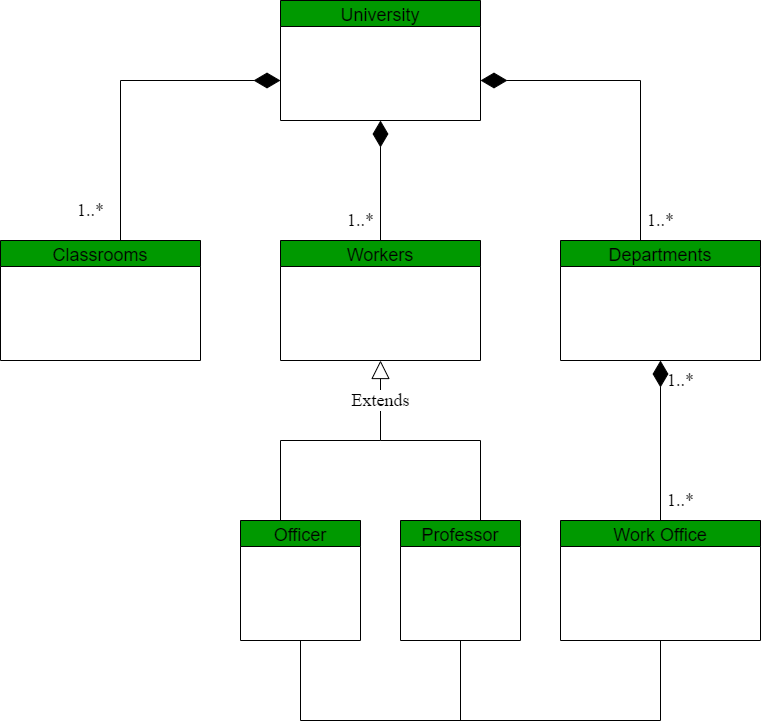
Earlier version of the draw.io export University Management System Diagram.drawio.png (ogunec/Universite-Yonetim-Sistemi). Source tidied: cells renumbered, new cells last; positions are measured from the earlier drawing's top-left corner, leaving out a move shared by most shapes. Source of this version:
```xml
<mxGraphModel>
  <root>
    <mxCell id="0" />
    <mxCell id="1" parent="0" />
    <mxCell id="2" value="University" style="swimlane;fontStyle=0;horizontal=1;startSize=26;fillColor=#009900;labelBackgroundColor=none;fontSize=18;" parent="1" vertex="1">
      <mxGeometry x="280" width="200" height="120" as="geometry" />
    </mxCell>
    <mxCell id="3" value="Workers" style="swimlane;fontStyle=0;horizontal=1;startSize=26;fillColor=#009900;rounded=0;sketch=0;fontSize=18;" parent="1" vertex="1">
      <mxGeometry x="280" y="240" width="200" height="120" as="geometry" />
    </mxCell>
    <mxCell id="4" value="Classrooms" style="swimlane;fontStyle=0;horizontal=1;startSize=26;fillColor=#009900;rounded=0;sketch=0;fontSize=18;" parent="1" vertex="1">
      <mxGeometry y="240" width="200" height="120" as="geometry" />
    </mxCell>
    <mxCell id="5" value="Departments" style="swimlane;fontStyle=0;horizontal=1;startSize=26;fillColor=#009900;rounded=0;sketch=0;fontSize=18;" parent="1" vertex="1">
      <mxGeometry x="560" y="240" width="200" height="120" as="geometry" />
    </mxCell>
    <mxCell id="6" style="endArrow=none;html=1;rounded=1;sketch=0;fontSize=18;curved=0;exitX=0.6;exitY=0;exitDx=0;exitDy=0;exitPerimeter=0;" parent="1" edge="1" source="4">
      <mxGeometry relative="1" as="geometry">
        <mxPoint x="120" y="80" as="targetPoint" />
      </mxGeometry>
    </mxCell>
    <mxCell id="7" value="1..*" style="text;html=1;align=center;verticalAlign=middle;strokeColor=none;fillColor=none;fontSize=18;" parent="1" vertex="1">
      <mxGeometry x="70" y="195" width="40" height="30" as="geometry" />
    </mxCell>
    <mxCell id="8" value="1..*" style="text;html=1;align=center;verticalAlign=middle;strokeColor=none;fillColor=none;fontSize=18;" parent="1" vertex="1">
      <mxGeometry x="340" y="205" width="40" height="30" as="geometry" />
    </mxCell>
    <mxCell id="9" style="endArrow=none;html=1;rounded=1;sketch=0;fontSize=18;curved=0;exitX=0.4;exitY=0;exitDx=0;exitDy=0;exitPerimeter=0;" parent="1" edge="1" source="5">
      <mxGeometry relative="1" as="geometry">
        <mxPoint x="640" y="80" as="targetPoint" />
      </mxGeometry>
    </mxCell>
    <mxCell id="10" value="1..*" style="text;html=1;align=center;verticalAlign=middle;strokeColor=none;fillColor=none;fontSize=18;" parent="1" vertex="1">
      <mxGeometry x="640" y="205" width="40" height="30" as="geometry" />
    </mxCell>
    <mxCell id="11" style="endArrow=diamondThin;endFill=1;endSize=24;html=1;rounded=1;sketch=0;fontSize=18;fillColor=#FFFFFF;curved=0;" parent="1" edge="1">
      <mxGeometry relative="1" as="geometry">
        <mxPoint x="120" y="80" as="sourcePoint" />
        <mxPoint x="280" y="80" as="targetPoint" />
      </mxGeometry>
    </mxCell>
    <mxCell id="12" style="endArrow=diamondThin;endFill=1;endSize=24;html=1;rounded=1;sketch=0;fontSize=18;fillColor=#FFFFFF;curved=0;exitX=0.5;exitY=0;exitDx=0;exitDy=0;" parent="1" edge="1" source="3">
      <mxGeometry relative="1" as="geometry">
        <mxPoint x="380" y="120" as="targetPoint" />
      </mxGeometry>
    </mxCell>
    <mxCell id="13" style="endArrow=diamondThin;endFill=1;endSize=24;html=1;rounded=1;sketch=0;fontSize=18;fillColor=#FFFFFF;curved=0;" parent="1" edge="1">
      <mxGeometry relative="1" as="geometry">
        <mxPoint x="640" y="80" as="sourcePoint" />
        <mxPoint x="480" y="80" as="targetPoint" />
      </mxGeometry>
    </mxCell>
    <mxCell id="14" value="Extends" style="endArrow=block;endSize=16;endFill=0;html=1;rounded=1;sketch=0;fontSize=18;fillColor=#FFFFFF;curved=0;entryX=0.5;entryY=1;entryDx=0;entryDy=0;" parent="1" edge="1" target="3">
      <mxGeometry relative="1" as="geometry">
        <mxPoint x="380" y="440" as="sourcePoint" />
      </mxGeometry>
    </mxCell>
    <mxCell id="15" style="endArrow=none;html=1;rounded=1;sketch=0;fontSize=18;fillColor=#FFFFFF;curved=0;" parent="1" edge="1">
      <mxGeometry relative="1" as="geometry">
        <mxPoint x="380" y="440" as="sourcePoint" />
        <mxPoint x="480" y="440" as="targetPoint" />
      </mxGeometry>
    </mxCell>
    <mxCell id="16" style="endArrow=none;html=1;rounded=1;sketch=0;fontSize=18;fillColor=#FFFFFF;curved=0;" parent="1" edge="1">
      <mxGeometry relative="1" as="geometry">
        <mxPoint x="280" y="440" as="sourcePoint" />
        <mxPoint x="380" y="440" as="targetPoint" />
      </mxGeometry>
    </mxCell>
    <mxCell id="17" style="endArrow=none;html=1;rounded=1;sketch=0;fontSize=18;fillColor=#FFFFFF;curved=0;" parent="1" edge="1">
      <mxGeometry relative="1" as="geometry">
        <mxPoint x="280" y="520" as="sourcePoint" />
        <mxPoint x="280" y="440" as="targetPoint" />
      </mxGeometry>
    </mxCell>
    <mxCell id="18" style="endArrow=none;html=1;rounded=1;sketch=0;fontSize=18;fillColor=#FFFFFF;curved=0;" parent="1" edge="1">
      <mxGeometry relative="1" as="geometry">
        <mxPoint x="480" y="520" as="sourcePoint" />
        <mxPoint x="480" y="440" as="targetPoint" />
      </mxGeometry>
    </mxCell>
    <mxCell id="19" value="Professor" style="swimlane;fontStyle=0;horizontal=1;startSize=26;fillColor=#009900;rounded=0;sketch=0;fontSize=18;" parent="1" vertex="1">
      <mxGeometry x="400" y="520" width="120" height="120" as="geometry" />
    </mxCell>
    <mxCell id="20" value="Officer" style="swimlane;fontStyle=0;horizontal=1;startSize=26;fillColor=#009900;rounded=0;sketch=0;fontSize=18;" parent="1" vertex="1">
      <mxGeometry x="240" y="520" width="120" height="120" as="geometry" />
    </mxCell>
    <mxCell id="21" value="Work Office" style="swimlane;fontStyle=0;horizontal=1;startSize=26;fillColor=#009900;rounded=0;sketch=0;fontSize=18;" parent="1" vertex="1">
      <mxGeometry x="560" y="520" width="200" height="120" as="geometry" />
    </mxCell>
    <mxCell id="22" style="endArrow=diamondThin;endFill=1;endSize=24;html=1;rounded=1;sketch=0;fontSize=18;fillColor=#FFFFFF;curved=0;exitX=0.5;exitY=0;exitDx=0;exitDy=0;entryX=0.5;entryY=1;entryDx=0;entryDy=0;" parent="1" edge="1" source="21" target="5">
      <mxGeometry relative="1" as="geometry" />
    </mxCell>
    <mxCell id="23" style="endArrow=none;html=1;rounded=1;sketch=0;fontSize=18;fillColor=#FFFFFF;curved=0;exitX=0.5;exitY=1;exitDx=0;exitDy=0;" parent="1" edge="1" source="20">
      <mxGeometry relative="1" as="geometry">
        <mxPoint x="300" y="720" as="targetPoint" />
      </mxGeometry>
    </mxCell>
    <mxCell id="24" style="endArrow=none;html=1;rounded=1;sketch=0;fontSize=18;fillColor=#FFFFFF;curved=0;" parent="1" edge="1">
      <mxGeometry relative="1" as="geometry">
        <mxPoint x="300" y="720" as="sourcePoint" />
        <mxPoint x="660" y="720" as="targetPoint" />
      </mxGeometry>
    </mxCell>
    <mxCell id="25" style="endArrow=none;html=1;rounded=1;sketch=0;fontSize=18;fillColor=#FFFFFF;curved=0;exitX=0.5;exitY=1;exitDx=0;exitDy=0;" parent="1" edge="1" source="19">
      <mxGeometry relative="1" as="geometry">
        <mxPoint x="460" y="720" as="targetPoint" />
      </mxGeometry>
    </mxCell>
    <mxCell id="26" style="endArrow=none;html=1;rounded=1;sketch=0;fontSize=18;fillColor=#FFFFFF;curved=0;entryX=0.5;entryY=1;entryDx=0;entryDy=0;" parent="1" edge="1" target="21">
      <mxGeometry relative="1" as="geometry">
        <mxPoint x="660" y="720" as="sourcePoint" />
      </mxGeometry>
    </mxCell>
    <mxCell id="27" value="1..*" style="text;html=1;align=center;verticalAlign=middle;strokeColor=none;fillColor=none;fontSize=18;" parent="1" vertex="1">
      <mxGeometry x="660" y="365" width="40" height="30" as="geometry" />
    </mxCell>
    <mxCell id="28" value="1..*" style="text;html=1;align=center;verticalAlign=middle;strokeColor=none;fillColor=none;fontSize=18;" parent="1" vertex="1">
      <mxGeometry x="660" y="485" width="40" height="30" as="geometry" />
    </mxCell>
  </root>
</mxGraphModel>
```
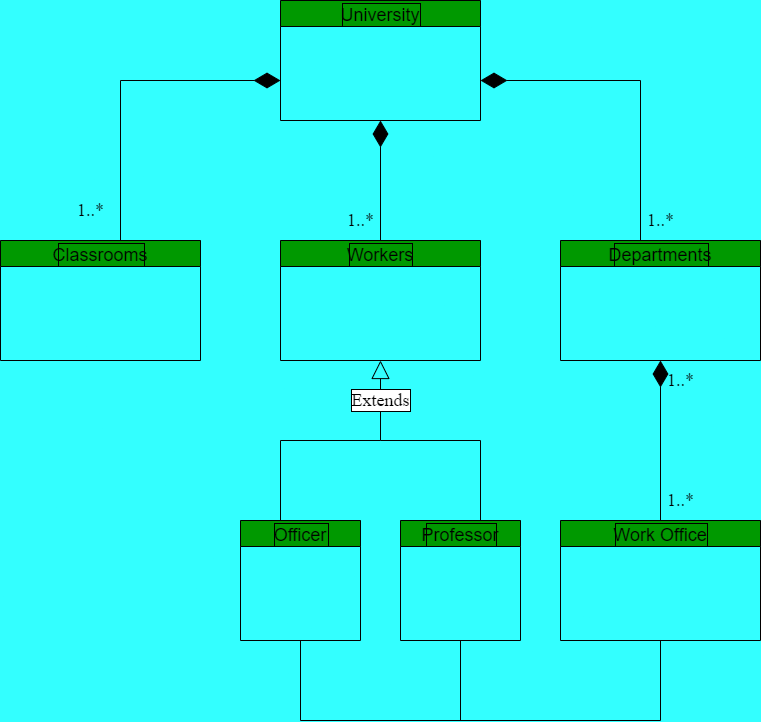
After the commit.

Change to the diagram source:
```diff
@@ -1,20 +1,20 @@
-<mxGraphModel>
+<mxGraphModel background="#33FFFF">
   <root>
     <mxCell id="0" />
     <mxCell id="1" parent="0" />
-    <mxCell id="2" value="University" style="swimlane;fontStyle=0;horizontal=1;startSize=26;fillColor=#009900;labelBackgroundColor=none;fontSize=18;" parent="1" vertex="1">
+    <mxCell id="2" value="University" style="swimlane;fontStyle=0;horizontal=1;startSize=26;fillColor=#009900;labelBackgroundColor=none;fontSize=18;labelBorderColor=#000000;" parent="1" vertex="1">
       <mxGeometry x="280" width="200" height="120" as="geometry" />
     </mxCell>
-    <mxCell id="3" value="Workers" style="swimlane;fontStyle=0;horizontal=1;startSize=26;fillColor=#009900;rounded=0;sketch=0;fontSize=18;" parent="1" vertex="1">
+    <mxCell id="3" value="Workers" style="swimlane;fontStyle=0;horizontal=1;startSize=26;fillColor=#009900;rounded=0;sketch=0;fontSize=18;labelBorderColor=#000000;" parent="1" vertex="1">
       <mxGeometry x="280" y="240" width="200" height="120" as="geometry" />
     </mxCell>
-    <mxCell id="4" value="Classrooms" style="swimlane;fontStyle=0;horizontal=1;startSize=26;fillColor=#009900;rounded=0;sketch=0;fontSize=18;" parent="1" vertex="1">
+    <mxCell id="4" value="Classrooms" style="swimlane;fontStyle=0;horizontal=1;startSize=26;fillColor=#009900;rounded=0;sketch=0;fontSize=18;labelBorderColor=#000000;" parent="1" vertex="1">
       <mxGeometry y="240" width="200" height="120" as="geometry" />
     </mxCell>
-    <mxCell id="5" value="Departments" style="swimlane;fontStyle=0;horizontal=1;startSize=26;fillColor=#009900;rounded=0;sketch=0;fontSize=18;" parent="1" vertex="1">
+    <mxCell id="5" value="Departments" style="swimlane;fontStyle=0;horizontal=1;startSize=26;fillColor=#009900;rounded=0;sketch=0;fontSize=18;labelBorderColor=#000000;" parent="1" vertex="1">
       <mxGeometry x="560" y="240" width="200" height="120" as="geometry" />
     </mxCell>
-    <mxCell id="6" style="endArrow=none;html=1;rounded=1;sketch=0;fontSize=18;curved=0;exitX=0.6;exitY=0;exitDx=0;exitDy=0;exitPerimeter=0;" parent="1" edge="1" source="4">
+    <mxCell id="6" style="endArrow=none;html=1;rounded=1;sketch=0;fontSize=18;curved=0;exitX=0.6;exitY=0;exitDx=0;exitDy=0;exitPerimeter=0;labelBorderColor=default;" parent="1" edge="1" source="4">
       <mxGeometry relative="1" as="geometry">
         <mxPoint x="120" y="80" as="targetPoint" />
       </mxGeometry>
@@ -25,7 +25,7 @@
     <mxCell id="8" value="1..*" style="text;html=1;align=center;verticalAlign=middle;strokeColor=none;fillColor=none;fontSize=18;" parent="1" vertex="1">
       <mxGeometry x="340" y="205" width="40" height="30" as="geometry" />
     </mxCell>
-    <mxCell id="9" style="endArrow=none;html=1;rounded=1;sketch=0;fontSize=18;curved=0;exitX=0.4;exitY=0;exitDx=0;exitDy=0;exitPerimeter=0;" parent="1" edge="1" source="5">
+    <mxCell id="9" style="endArrow=none;html=1;rounded=1;sketch=0;fontSize=18;curved=0;exitX=0.4;exitY=0;exitDx=0;exitDy=0;exitPerimeter=0;labelBorderColor=#000000;" parent="1" edge="1" source="5">
       <mxGeometry relative="1" as="geometry">
         <mxPoint x="640" y="80" as="targetPoint" />
       </mxGeometry>
@@ -33,62 +33,62 @@
     <mxCell id="10" value="1..*" style="text;html=1;align=center;verticalAlign=middle;strokeColor=none;fillColor=none;fontSize=18;" parent="1" vertex="1">
       <mxGeometry x="640" y="205" width="40" height="30" as="geometry" />
     </mxCell>
-    <mxCell id="11" style="endArrow=diamondThin;endFill=1;endSize=24;html=1;rounded=1;sketch=0;fontSize=18;fillColor=#FFFFFF;curved=0;" parent="1" edge="1">
+    <mxCell id="11" style="endArrow=diamondThin;endFill=1;endSize=24;html=1;rounded=1;sketch=0;fontSize=18;fillColor=#FFFFFF;curved=0;labelBorderColor=default;" parent="1" edge="1">
       <mxGeometry relative="1" as="geometry">
         <mxPoint x="120" y="80" as="sourcePoint" />
         <mxPoint x="280" y="80" as="targetPoint" />
       </mxGeometry>
     </mxCell>
-    <mxCell id="12" style="endArrow=diamondThin;endFill=1;endSize=24;html=1;rounded=1;sketch=0;fontSize=18;fillColor=#FFFFFF;curved=0;exitX=0.5;exitY=0;exitDx=0;exitDy=0;" parent="1" edge="1" source="3">
+    <mxCell id="12" style="endArrow=diamondThin;endFill=1;endSize=24;html=1;rounded=1;sketch=0;fontSize=18;fillColor=#FFFFFF;curved=0;exitX=0.5;exitY=0;exitDx=0;exitDy=0;labelBorderColor=#000000;" parent="1" edge="1" source="3">
       <mxGeometry relative="1" as="geometry">
         <mxPoint x="380" y="120" as="targetPoint" />
       </mxGeometry>
     </mxCell>
-    <mxCell id="13" style="endArrow=diamondThin;endFill=1;endSize=24;html=1;rounded=1;sketch=0;fontSize=18;fillColor=#FFFFFF;curved=0;" parent="1" edge="1">
+    <mxCell id="13" style="endArrow=diamondThin;endFill=1;endSize=24;html=1;rounded=1;sketch=0;fontSize=18;fillColor=#FFFFFF;curved=0;labelBorderColor=#000000;" parent="1" edge="1">
       <mxGeometry relative="1" as="geometry">
         <mxPoint x="640" y="80" as="sourcePoint" />
         <mxPoint x="480" y="80" as="targetPoint" />
       </mxGeometry>
     </mxCell>
-    <mxCell id="14" value="Extends" style="endArrow=block;endSize=16;endFill=0;html=1;rounded=1;sketch=0;fontSize=18;fillColor=#FFFFFF;curved=0;entryX=0.5;entryY=1;entryDx=0;entryDy=0;" parent="1" edge="1" target="3">
+    <mxCell id="14" value="Extends" style="endArrow=block;endSize=16;endFill=0;html=1;rounded=1;sketch=0;fontSize=18;fillColor=#FFFFFF;curved=0;entryX=0.5;entryY=1;entryDx=0;entryDy=0;labelBorderColor=default;" parent="1" edge="1" target="3">
       <mxGeometry relative="1" as="geometry">
         <mxPoint x="380" y="440" as="sourcePoint" />
       </mxGeometry>
     </mxCell>
-    <mxCell id="15" style="endArrow=none;html=1;rounded=1;sketch=0;fontSize=18;fillColor=#FFFFFF;curved=0;" parent="1" edge="1">
+    <mxCell id="15" style="endArrow=none;html=1;rounded=1;sketch=0;fontSize=18;fillColor=#FFFFFF;curved=0;labelBorderColor=default;" parent="1" edge="1">
       <mxGeometry relative="1" as="geometry">
         <mxPoint x="380" y="440" as="sourcePoint" />
         <mxPoint x="480" y="440" as="targetPoint" />
       </mxGeometry>
     </mxCell>
-    <mxCell id="16" style="endArrow=none;html=1;rounded=1;sketch=0;fontSize=18;fillColor=#FFFFFF;curved=0;" parent="1" edge="1">
+    <mxCell id="16" style="endArrow=none;html=1;rounded=1;sketch=0;fontSize=18;fillColor=#FFFFFF;curved=0;labelBorderColor=default;" parent="1" edge="1">
       <mxGeometry relative="1" as="geometry">
         <mxPoint x="280" y="440" as="sourcePoint" />
         <mxPoint x="380" y="440" as="targetPoint" />
       </mxGeometry>
     </mxCell>
-    <mxCell id="17" style="endArrow=none;html=1;rounded=1;sketch=0;fontSize=18;fillColor=#FFFFFF;curved=0;" parent="1" edge="1">
+    <mxCell id="17" style="endArrow=none;html=1;rounded=1;sketch=0;fontSize=18;fillColor=#FFFFFF;curved=0;labelBorderColor=default;" parent="1" edge="1">
       <mxGeometry relative="1" as="geometry">
         <mxPoint x="280" y="520" as="sourcePoint" />
         <mxPoint x="280" y="440" as="targetPoint" />
       </mxGeometry>
     </mxCell>
-    <mxCell id="18" style="endArrow=none;html=1;rounded=1;sketch=0;fontSize=18;fillColor=#FFFFFF;curved=0;" parent="1" edge="1">
+    <mxCell id="18" style="endArrow=none;html=1;rounded=1;sketch=0;fontSize=18;fillColor=#FFFFFF;curved=0;labelBorderColor=default;" parent="1" edge="1">
       <mxGeometry relative="1" as="geometry">
         <mxPoint x="480" y="520" as="sourcePoint" />
         <mxPoint x="480" y="440" as="targetPoint" />
       </mxGeometry>
     </mxCell>
-    <mxCell id="19" value="Professor" style="swimlane;fontStyle=0;horizontal=1;startSize=26;fillColor=#009900;rounded=0;sketch=0;fontSize=18;" parent="1" vertex="1">
+    <mxCell id="19" value="Professor" style="swimlane;fontStyle=0;horizontal=1;startSize=26;fillColor=#009900;rounded=0;sketch=0;fontSize=18;labelBorderColor=#000000;" parent="1" vertex="1">
       <mxGeometry x="400" y="520" width="120" height="120" as="geometry" />
     </mxCell>
-    <mxCell id="20" value="Officer" style="swimlane;fontStyle=0;horizontal=1;startSize=26;fillColor=#009900;rounded=0;sketch=0;fontSize=18;" parent="1" vertex="1">
+    <mxCell id="20" value="Officer" style="swimlane;fontStyle=0;horizontal=1;startSize=26;fillColor=#009900;rounded=0;sketch=0;fontSize=18;labelBorderColor=#000000;" parent="1" vertex="1">
       <mxGeometry x="240" y="520" width="120" height="120" as="geometry" />
     </mxCell>
-    <mxCell id="21" value="Work Office" style="swimlane;fontStyle=0;horizontal=1;startSize=26;fillColor=#009900;rounded=0;sketch=0;fontSize=18;" parent="1" vertex="1">
+    <mxCell id="21" value="Work Office" style="swimlane;fontStyle=0;horizontal=1;startSize=26;fillColor=#009900;rounded=0;sketch=0;fontSize=18;labelBorderColor=#000000;" parent="1" vertex="1">
       <mxGeometry x="560" y="520" width="200" height="120" as="geometry" />
     </mxCell>
-    <mxCell id="22" style="endArrow=diamondThin;endFill=1;endSize=24;html=1;rounded=1;sketch=0;fontSize=18;fillColor=#FFFFFF;curved=0;exitX=0.5;exitY=0;exitDx=0;exitDy=0;entryX=0.5;entryY=1;entryDx=0;entryDy=0;" parent="1" edge="1" source="21" target="5">
+    <mxCell id="22" style="endArrow=diamondThin;endFill=1;endSize=24;html=1;rounded=1;sketch=0;fontSize=18;fillColor=#FFFFFF;curved=0;exitX=0.5;exitY=0;exitDx=0;exitDy=0;entryX=0.5;entryY=1;entryDx=0;entryDy=0;labelBorderColor=default;" parent="1" edge="1" source="21" target="5">
       <mxGeometry relative="1" as="geometry" />
     </mxCell>
     <mxCell id="23" style="endArrow=none;html=1;rounded=1;sketch=0;fontSize=18;fillColor=#FFFFFF;curved=0;exitX=0.5;exitY=1;exitDx=0;exitDy=0;" parent="1" edge="1" source="20">
```
